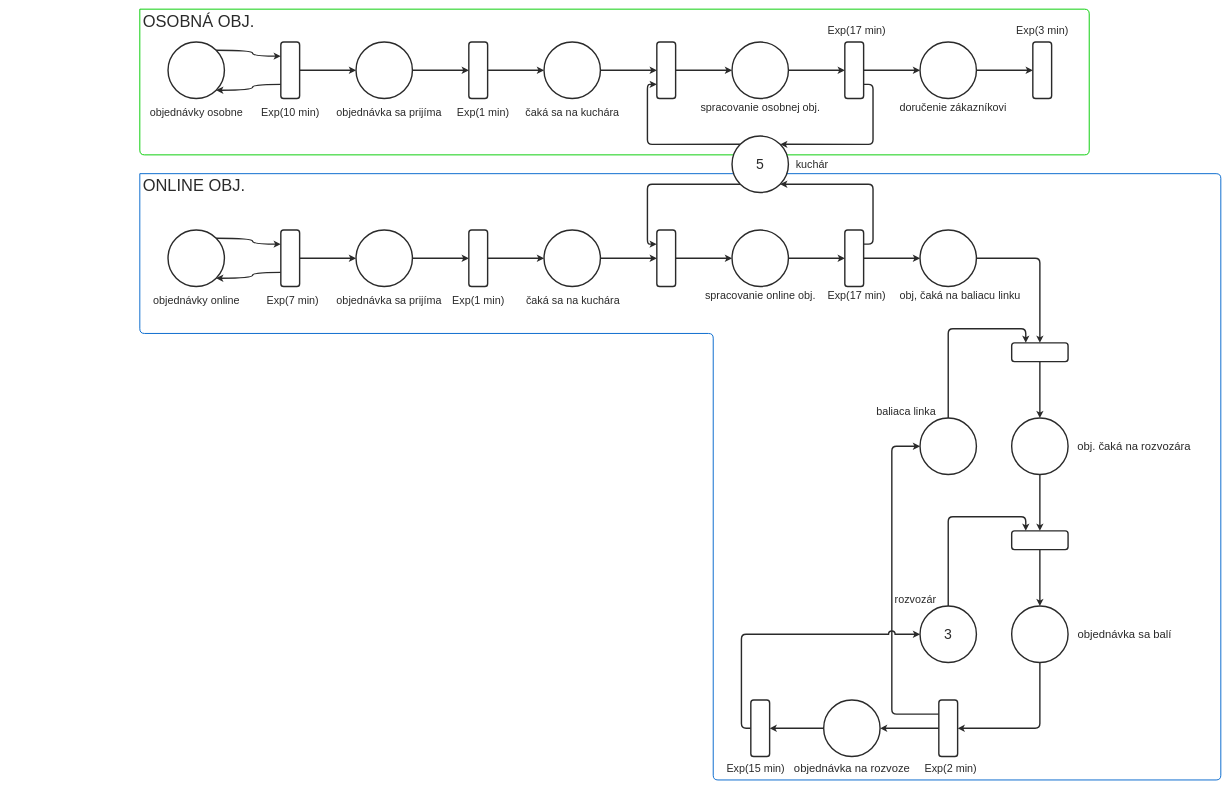
This is docs/petriiiii.drawio from Mats7/ims2022, a draw.io file, before an edit. Source tidied: cells renumbered, new cells numbered last; positions are measured from the earlier drawing's top-left corner, leaving out a move shared by most shapes. Both pictures are drawn from the tidied source at 47%, with x=0, y=0 at pixel (140, 9).
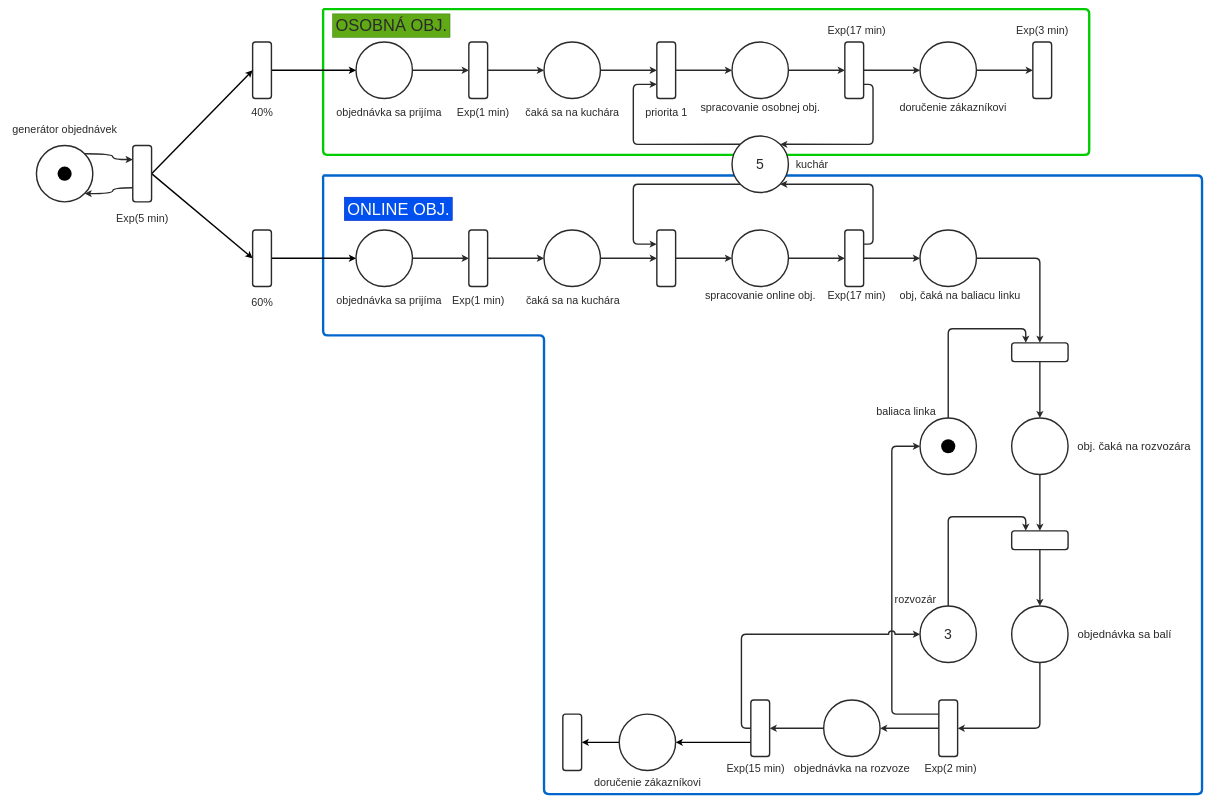
Above is the later version.

Commit message (it also covers changes not shown here):
priority + timeout + one generator with % split, random seed [works on merlin]

Unchanged cells that the change refers to:
```xml
<mxCell id="7" style="ellipse;rounded=1;labelBackgroundColor=none;fontColor=#2A2A2A;strokeColor=#2A2A2A;strokeWidth=3;whiteSpace=wrap;html=1;fillColor=none;perimeterSpacing=0;shadow=0;sketch=0;" parent="1" vertex="1">
  <mxGeometry x="460" y="70" width="120" height="120" as="geometry" />
</mxCell>
<mxCell id="33" value="5" style="ellipse;rounded=1;labelBackgroundColor=none;fontColor=#2A2A2A;strokeColor=#2A2A2A;strokeWidth=3;whiteSpace=wrap;html=1;fillColor=#FFFFFF;perimeterSpacing=0;shadow=0;sketch=0;fontSize=30;" parent="1" vertex="1">
  <mxGeometry x="1260" y="270" width="120" height="120" as="geometry" />
</mxCell>
<mxCell id="77" style="rounded=1;direction=west;labelBackgroundColor=none;fontColor=#2A2A2A;strokeColor=#2A2A2A;strokeWidth=3;whiteSpace=wrap;html=1;fillColor=none;perimeterSpacing=0;shadow=0;sketch=0;" parent="1" vertex="1">
  <mxGeometry x="1300" y="1470" width="40" height="120" as="geometry" />
</mxCell>
<mxCell id="87" style="ellipse;rounded=1;labelBackgroundColor=none;fontColor=#2A2A2A;strokeColor=#2A2A2A;strokeWidth=3;whiteSpace=wrap;html=1;fillColor=none;perimeterSpacing=0;shadow=0;sketch=0;" parent="1" vertex="1">
  <mxGeometry x="460" y="470" width="120" height="120" as="geometry" />
</mxCell>
```

What changed in the source:
```diff
@@
-    <mxCell id="2" style="endArrow=none;html=1;strokeColor=#0066CC;strokeWidth=2;" parent="1" edge="1">
+    <mxCell id="2" style="endArrow=none;html=1;strokeColor=#0066CC;strokeWidth=5;" parent="1" edge="1">
       <mxGeometry relative="1" as="geometry">
-        <mxPoint y="350" as="sourcePoint" />
-        <mxPoint y="350" as="targetPoint" />
+        <mxPoint x="390" y="354" as="sourcePoint" />
+        <mxPoint x="390" y="354" as="targetPoint" />
         <Array as="points">
-          <mxPoint x="2300" y="350" />
-          <mxPoint x="2300" y="1640" />
-          <mxPoint x="1220" y="1640" />
-          <mxPoint x="1220" y="690" />
-          <mxPoint y="690" />
+          <mxPoint x="2260" y="354" />
+          <mxPoint x="2260" y="1670" />
+          <mxPoint x="860" y="1670" />
+          <mxPoint x="860" y="694" />
+          <mxPoint x="390" y="694" />
         </Array>
       </mxGeometry>
     </mxCell>
-    <mxCell id="3" style="endArrow=none;html=1;strokeColor=#00CC00;strokeWidth=2;" parent="1" edge="1">
+    <mxCell id="3" style="endArrow=none;html=1;strokeColor=#00CC00;strokeWidth=5;" parent="1" edge="1">
       <mxGeometry relative="1" as="geometry">
-        <mxPoint as="sourcePoint" />
-        <mxPoint as="targetPoint" />
+        <mxPoint x="390" as="sourcePoint" />
+        <mxPoint x="390" as="targetPoint" />
         <Array as="points">
           <mxPoint x="2020" />
           <mxPoint x="2020" y="310" />
-          <mxPoint y="310" />
+          <mxPoint x="390" y="310" />
         </Array>
       </mxGeometry>
     </mxCell>
-    <mxCell id="4" style="edgeStyle=orthogonalEdgeStyle;jettySize=auto;exitX=1;exitY=0;exitDx=0;exitDy=0;entryX=0;entryY=0.25;entryDx=0;entryDy=0;fontSize=32;labelBackgroundColor=none;fontColor=#2A2A2A;strokeColor=#2A2A2A;strokeWidth=3;html=1;curved=1;" parent="1" edge="1" source="5" target="10">
-      <mxGeometry relative="1" as="geometry" />
-    </mxCell>
-    <mxCell id="5" style="ellipse;rounded=1;labelBackgroundColor=none;fontColor=#2A2A2A;strokeColor=#2A2A2A;strokeWidth=3;whiteSpace=wrap;html=1;fillColor=none;" parent="1" vertex="1">
-      <mxGeometry x="60" y="70" width="120" height="120" as="geometry" />
-    </mxCell>
@@
-    <mxCell id="8" style="edgeStyle=orthogonalEdgeStyle;rounded=1;jettySize=auto;exitX=1;exitY=0.5;exitDx=0;exitDy=0;entryX=0;entryY=0.5;entryDx=0;entryDy=0;labelBackgroundColor=none;fontColor=#2A2A2A;strokeColor=#2A2A2A;strokeWidth=3;html=1;" parent="1" edge="1" source="10" target="7">
+    <mxCell id="8" style="edgeStyle=none;html=1;entryX=0;entryY=0.5;entryDx=0;entryDy=0;strokeColor=#000000;strokeWidth=3;" parent="1" edge="1" source="10" target="7">
       <mxGeometry relative="1" as="geometry" />
     </mxCell>
-    <mxCell id="9" style="edgeStyle=orthogonalEdgeStyle;jettySize=auto;exitX=0;exitY=0.75;exitDx=0;exitDy=0;entryX=1;entryY=1;entryDx=0;entryDy=0;fontSize=32;labelBackgroundColor=none;fontColor=#2A2A2A;strokeColor=#2A2A2A;strokeWidth=3;html=1;curved=1;" parent="1" edge="1" source="10" target="5">
-      <mxGeometry relative="1" as="geometry" />
-    </mxCell>
-    <mxCell id="10" style="rounded=1;labelBackgroundColor=none;fontColor=#2A2A2A;strokeColor=#2A2A2A;strokeWidth=3;whiteSpace=wrap;html=1;fillColor=none;perimeterSpacing=0;shadow=0;sketch=0;" parent="1" vertex="1">
-      <mxGeometry x="300" y="70" width="40" height="120" as="geometry" />
+    <mxCell id="10" style="rounded=1;labelBackgroundColor=none;fontColor=#2A2A2A;strokeColor=#2A2A2A;strokeWidth=3;whiteSpace=wrap;html=1;fillColor=default;perimeterSpacing=0;shadow=0;sketch=0;rotation=0;" parent="1" vertex="1">
+      <mxGeometry x="240" y="70" width="40" height="120" as="geometry" />
     </mxCell>
@@
-    <mxCell id="16" style="rounded=1;labelBackgroundColor=none;fontColor=#2A2A2A;strokeColor=#2A2A2A;strokeWidth=3;whiteSpace=wrap;html=1;fillColor=none;perimeterSpacing=0;shadow=0;sketch=0;" parent="1" vertex="1">
+    <mxCell id="16" style="rounded=1;labelBackgroundColor=none;fontColor=#2A2A2A;strokeColor=#2A2A2A;strokeWidth=3;whiteSpace=wrap;html=1;fillColor=default;perimeterSpacing=0;shadow=0;sketch=0;" parent="1" vertex="1">
       <mxGeometry x="1100" y="70" width="40" height="120" as="geometry" />
     </mxCell>
@@
-    <mxCell id="22" style="rounded=1;labelBackgroundColor=none;fontColor=#2A2A2A;strokeColor=#2A2A2A;strokeWidth=3;whiteSpace=wrap;html=1;fillColor=none;perimeterSpacing=0;shadow=0;sketch=0;" parent="1" vertex="1">
+    <mxCell id="22" style="rounded=1;labelBackgroundColor=none;fontColor=#2A2A2A;strokeColor=#2A2A2A;strokeWidth=3;whiteSpace=wrap;html=1;fillColor=default;perimeterSpacing=0;shadow=0;sketch=0;" parent="1" vertex="1">
       <mxGeometry x="1100" y="470" width="40" height="120" as="geometry" />
     </mxCell>
@@
     <mxCell id="31" style="edgeStyle=orthogonalEdgeStyle;rounded=1;jettySize=auto;exitX=0;exitY=0;exitDx=0;exitDy=0;entryX=0;entryY=0.75;entryDx=0;entryDy=0;labelBackgroundColor=none;fontColor=#2A2A2A;strokeWidth=3;html=1;strokeColor=#2A2A2A;" parent="1" edge="1" source="33" target="16">
       <mxGeometry relative="1" as="geometry">
         <Array as="points">
-          <mxPoint x="1080" y="288" />
-          <mxPoint x="1080" y="160" />
+          <mxPoint x="1050" y="288" />
+          <mxPoint x="1050" y="160" />
         </Array>
       </mxGeometry>
     </mxCell>
     <mxCell id="32" style="edgeStyle=orthogonalEdgeStyle;rounded=1;jettySize=auto;exitX=0;exitY=1;exitDx=0;exitDy=0;entryX=0;entryY=0.25;entryDx=0;entryDy=0;labelBackgroundColor=none;fontColor=#2A2A2A;strokeColor=#2A2A2A;strokeWidth=3;html=1;" parent="1" edge="1" source="33" target="22">
-      <mxGeometry relative="1" as="geometry" />
+      <mxGeometry relative="1" as="geometry">
+        <Array as="points">
+          <mxPoint x="1050" y="372" />
+          <mxPoint x="1050" y="500" />
+        </Array>
+      </mxGeometry>
     </mxCell>
@@
-    <mxCell id="42" style="rounded=1;direction=south;labelBackgroundColor=none;fontColor=#2A2A2A;strokeColor=#2A2A2A;strokeWidth=3;whiteSpace=wrap;html=1;fillColor=none;perimeterSpacing=0;shadow=0;sketch=0;" parent="1" vertex="1">
+    <mxCell id="42" style="rounded=1;direction=south;labelBackgroundColor=none;fontColor=#2A2A2A;strokeColor=#2A2A2A;strokeWidth=3;whiteSpace=wrap;html=1;fillColor=default;perimeterSpacing=0;shadow=0;sketch=0;" parent="1" vertex="1">
       <mxGeometry x="1855" y="710" width="120" height="40" as="geometry" />
     </mxCell>
@@
-    <mxCell id="59" value="objednávky osobne" style="text;align=center;verticalAlign=middle;strokeColor=none;fillColor=none;fontSize=23;fontColor=#2A2A2A;labelBackgroundColor=none;strokeWidth=3;html=1;" parent="1" vertex="1">
-      <mxGeometry x="15" y="205" width="210" height="30" as="geometry" />
-    </mxCell>
@@
-    <mxCell id="62" value="Exp(10 min)" style="text;align=center;verticalAlign=middle;strokeColor=none;fillColor=none;fontSize=23;labelBackgroundColor=none;fontColor=#2A2A2A;strokeWidth=3;html=1;" parent="1" vertex="1">
-      <mxGeometry x="250" y="205" width="140" height="30" as="geometry" />
-    </mxCell>
@@
+    <mxCell id="94" style="edgeStyle=none;html=1;exitX=1;exitY=0.25;exitDx=0;exitDy=0;entryX=1;entryY=0.5;entryDx=0;entryDy=0;strokeColor=#000000;strokeWidth=3;" parent="1" edge="1" source="77" target="106">
+      <mxGeometry relative="1" as="geometry" />
+    </mxCell>
@@
-    <mxCell id="81" style="ellipse;rounded=1;labelBackgroundColor=none;fontColor=#2A2A2A;strokeColor=#2A2A2A;strokeWidth=3;whiteSpace=wrap;html=1;fillColor=none;" parent="1" vertex="1">
-      <mxGeometry x="60" y="470" width="120" height="120" as="geometry" />
+    <mxCell id="81" style="ellipse;rounded=1;labelBackgroundColor=none;fontColor=#2A2A2A;strokeColor=#2A2A2A;strokeWidth=3;whiteSpace=wrap;html=1;fillColor=none;gradientColor=none;" parent="1" vertex="1">
+      <mxGeometry x="-220" y="290" width="120" height="120" as="geometry" />
     </mxCell>
-    <mxCell id="82" value="objednávky online" style="text;align=center;verticalAlign=middle;strokeColor=none;fillColor=none;fontSize=23;fontColor=#2A2A2A;labelBackgroundColor=none;strokeWidth=3;html=1;" parent="1" vertex="1">
-      <mxGeometry x="20" y="605" width="200" height="30" as="geometry" />
+    <mxCell id="82" value="generátor objednávek" style="text;align=center;verticalAlign=middle;strokeColor=none;fillColor=none;fontSize=23;fontColor=#2A2A2A;labelBackgroundColor=none;strokeWidth=3;html=1;" parent="1" vertex="1">
+      <mxGeometry x="-280" y="240" width="240" height="30" as="geometry" />
     </mxCell>
-    <mxCell id="83" style="edgeStyle=orthogonalEdgeStyle;rounded=1;jumpStyle=arc;jumpSize=10;html=1;exitX=1;exitY=0.5;exitDx=0;exitDy=0;entryX=0;entryY=0.5;entryDx=0;entryDy=0;labelBackgroundColor=none;fontSize=30;fontColor=#2A2A2A;strokeColor=#2A2A2A;strokeWidth=3;" parent="1" edge="1" source="85" target="87">
-      <mxGeometry relative="1" as="geometry" />
-    </mxCell>
@@
+    <mxCell id="95" style="edgeStyle=none;html=1;entryX=0;entryY=0.5;entryDx=0;entryDy=0;strokeColor=#000000;strokeWidth=3;exitX=1;exitY=0.5;exitDx=0;exitDy=0;" parent="1" edge="1" source="85" target="10">
+      <mxGeometry relative="1" as="geometry" />
+    </mxCell>
+    <mxCell id="96" style="edgeStyle=none;html=1;exitX=1;exitY=0.5;exitDx=0;exitDy=0;entryX=0;entryY=0.5;entryDx=0;entryDy=0;strokeColor=#000000;strokeWidth=3;" parent="1" edge="1" source="85" target="98">
+      <mxGeometry relative="1" as="geometry" />
+    </mxCell>
     <mxCell id="85" style="rounded=1;labelBackgroundColor=none;fontColor=#2A2A2A;strokeColor=#2A2A2A;strokeWidth=3;whiteSpace=wrap;html=1;fillColor=none;perimeterSpacing=0;shadow=0;sketch=0;" parent="1" vertex="1">
-      <mxGeometry x="300" y="470" width="40" height="120" as="geometry" />
+      <mxGeometry x="-15" y="290" width="40" height="120" as="geometry" />
     </mxCell>
@@
-    <mxCell id="88" value="Exp(7 min)" style="text;align=center;verticalAlign=middle;strokeColor=none;fillColor=none;fontSize=23;labelBackgroundColor=none;fontColor=#2A2A2A;strokeWidth=3;html=1;" parent="1" vertex="1">
-      <mxGeometry x="260" y="605" width="130" height="30" as="geometry" />
-    </mxCell>
@@
-    <mxCell id="92" value="&lt;font color=&quot;#2a2a2a&quot; style=&quot;font-size: 35px;&quot;&gt;OSOBNÁ OBJ.&lt;/font&gt;" style="text;html=1;align=center;verticalAlign=middle;strokeColor=none;fillColor=none;fontSize=35;" parent="1" vertex="1">
-      <mxGeometry width="250" height="50" as="geometry" />
+    <mxCell id="92" value="&lt;font color=&quot;#2a2a2a&quot; style=&quot;font-size: 35px;&quot;&gt;OSOBNÁ OBJ.&lt;/font&gt;" style="text;html=1;align=center;verticalAlign=middle;strokeColor=#2D7600;fillColor=#60a917;fontSize=35;fontColor=#ffffff;" parent="1" vertex="1">
+      <mxGeometry x="410" y="10" width="250" height="50" as="geometry" />
     </mxCell>
-    <mxCell id="93" value="ONLINE OBJ." style="text;html=1;align=center;verticalAlign=middle;strokeColor=none;fillColor=none;fontSize=35;fontColor=#2A2A2A;" parent="1" vertex="1">
-      <mxGeometry y="350" width="230" height="50" as="geometry" />
+    <mxCell id="93" value="ONLINE OBJ." style="text;html=1;align=center;verticalAlign=middle;strokeColor=#001DBC;fillColor=#0050ef;fontSize=35;fontColor=#ffffff;" parent="1" vertex="1">
+      <mxGeometry x="435" y="400" width="230" height="50" as="geometry" />
     </mxCell>
+    <mxCell id="97" style="edgeStyle=none;html=1;entryX=0;entryY=0.5;entryDx=0;entryDy=0;strokeColor=#000000;strokeWidth=3;" parent="1" edge="1" source="98" target="87">
+      <mxGeometry relative="1" as="geometry" />
+    </mxCell>
+    <mxCell id="98" style="rounded=1;labelBackgroundColor=none;fontColor=#2A2A2A;strokeColor=#2A2A2A;strokeWidth=3;whiteSpace=wrap;html=1;fillColor=default;perimeterSpacing=0;shadow=0;sketch=0;rotation=0;" parent="1" vertex="1">
+      <mxGeometry x="240" y="470" width="40" height="120" as="geometry" />
+    </mxCell>
+    <mxCell id="99" value="Exp(5 min)" style="text;align=center;verticalAlign=middle;strokeColor=none;fillColor=none;fontSize=23;labelBackgroundColor=none;fontColor=#2A2A2A;strokeWidth=3;html=1;" parent="1" vertex="1">
+      <mxGeometry x="-60" y="430" width="130" height="30" as="geometry" />
+    </mxCell>
+    <mxCell id="100" value="40%" style="text;align=center;verticalAlign=middle;strokeColor=none;fillColor=none;fontSize=23;labelBackgroundColor=none;fontColor=#2A2A2A;strokeWidth=3;html=1;" parent="1" vertex="1">
+      <mxGeometry x="230" y="205" width="60" height="30" as="geometry" />
+    </mxCell>
+    <mxCell id="101" value="60%" style="text;align=center;verticalAlign=middle;strokeColor=none;fillColor=none;fontSize=23;labelBackgroundColor=none;fontColor=#2A2A2A;strokeWidth=3;html=1;" parent="1" vertex="1">
+      <mxGeometry x="230" y="610" width="60" height="30" as="geometry" />
+    </mxCell>
+    <mxCell id="102" value="priorita 1" style="text;align=center;verticalAlign=middle;strokeColor=none;fillColor=none;fontSize=23;labelBackgroundColor=none;fontColor=#2A2A2A;strokeWidth=3;html=1;" parent="1" vertex="1">
+      <mxGeometry x="1070" y="205" width="100" height="30" as="geometry" />
+    </mxCell>
+    <mxCell id="103" style="shape=ellipse;fillColor=#000000;strokeColor=none;html=1;sketch=0;" parent="1" vertex="1">
+      <mxGeometry x="-175" y="335" width="30" height="30" as="geometry" />
+    </mxCell>
+    <mxCell id="104" style="shape=ellipse;fillColor=#000000;strokeColor=none;html=1;sketch=0;" parent="1" vertex="1">
+      <mxGeometry x="1705" y="915" width="30" height="30" as="geometry" />
+    </mxCell>
+    <mxCell id="105" style="edgeStyle=none;html=1;exitX=0;exitY=0.5;exitDx=0;exitDy=0;entryX=0;entryY=0.5;entryDx=0;entryDy=0;strokeColor=#000000;strokeWidth=3;" parent="1" edge="1" source="106" target="107">
+      <mxGeometry relative="1" as="geometry" />
+    </mxCell>
+    <mxCell id="106" style="ellipse;rounded=1;labelBackgroundColor=none;fontColor=#2A2A2A;strokeColor=#2A2A2A;strokeWidth=3;whiteSpace=wrap;html=1;fillColor=none;perimeterSpacing=0;shadow=0;sketch=0;" parent="1" vertex="1">
+      <mxGeometry x="1020" y="1500" width="120" height="120" as="geometry" />
+    </mxCell>
+    <mxCell id="107" style="rounded=1;direction=west;labelBackgroundColor=none;fontColor=#2A2A2A;strokeColor=#2A2A2A;strokeWidth=3;whiteSpace=wrap;html=1;fillColor=default;perimeterSpacing=0;shadow=0;sketch=0;" parent="1" vertex="1">
+      <mxGeometry x="900" y="1500" width="40" height="120" as="geometry" />
+    </mxCell>
+    <mxCell id="108" value="doručenie zákazníkovi" style="text;align=center;verticalAlign=middle;strokeColor=none;fillColor=none;fontSize=23;labelBackgroundColor=none;fontColor=#2A2A2A;strokeWidth=3;html=1;" parent="1" vertex="1">
+      <mxGeometry x="960" y="1630" width="240" height="30" as="geometry" />
+    </mxCell>
```
